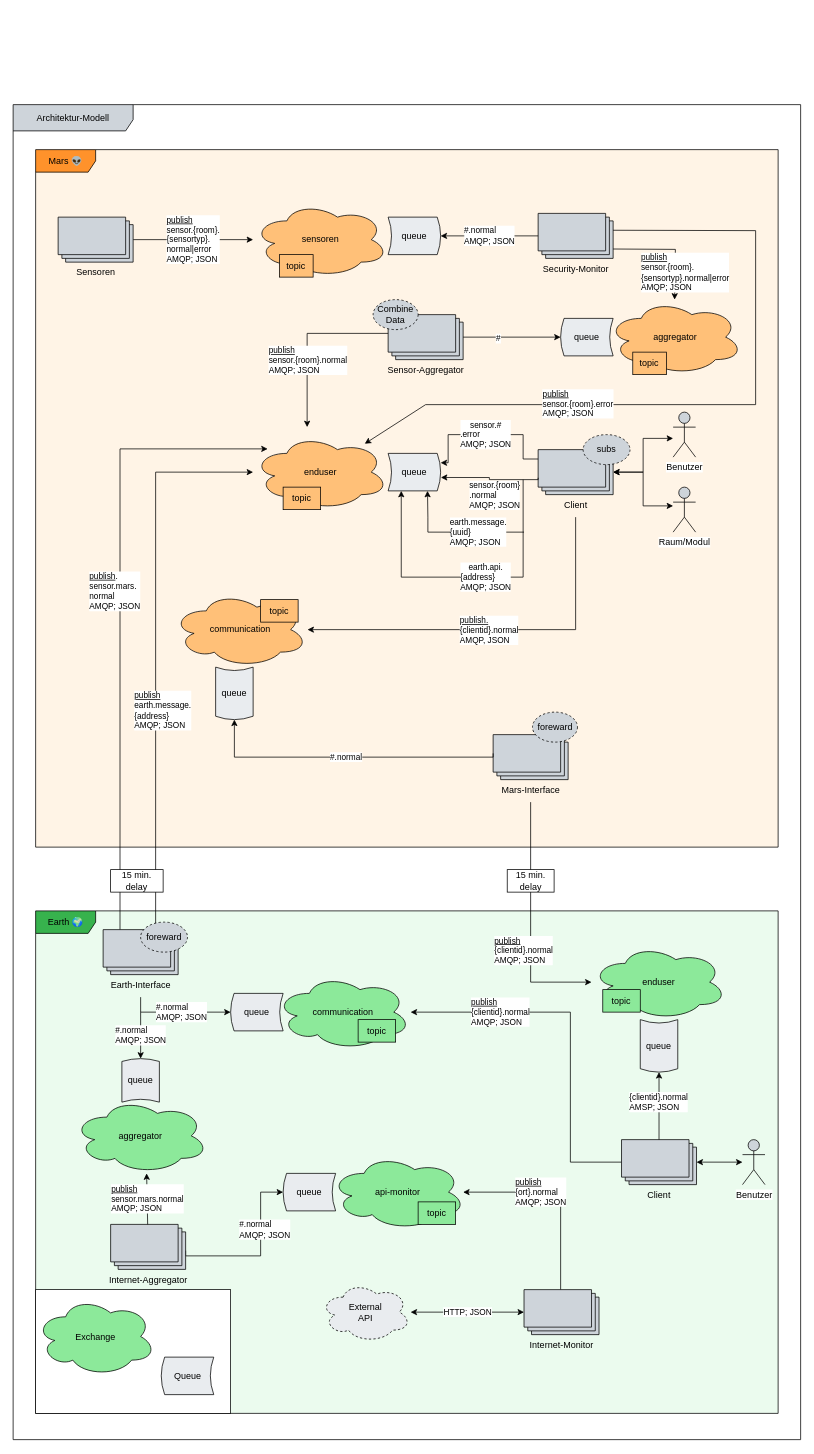
Above: docs/Architektur-Modell.drawio in leo-3108/mi-fddw-mars-colonisation-gedrath-pelzer (draw.io), before the change. Source tidied: cells renumbered, new cells numbered last; positions are measured from the earlier drawing's top-left corner, leaving out a move shared by most shapes. Both pictures are drawn from the tidied source at 75%, with x=0, y=0 at pixel (13, 104).
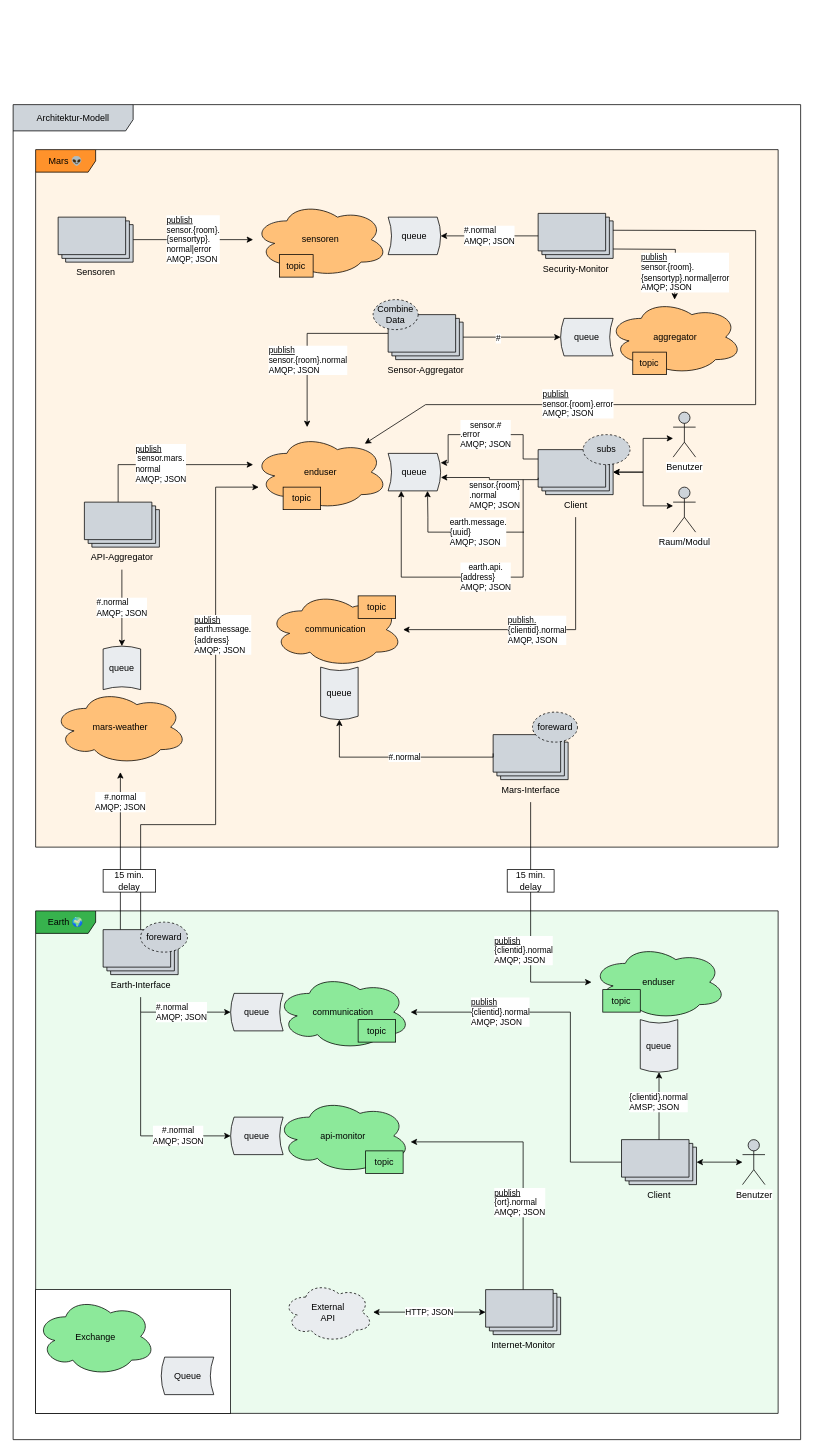
After the change.

Unchanged cells that the change refers to:
```xml
<mxCell id="18" value="enduser" style="ellipse;shape=cloud;whiteSpace=wrap;html=1;fontFamily=IBM Plex Sans;FType=g;fillColor=#FFC078;" parent="1" vertex="1">
  <mxGeometry x="320" y="440" width="180" height="100" as="geometry" />
</mxCell>
<mxCell id="32" value="&lt;font face=&quot;IBM Plex Mono&quot;&gt;Earth-Interface&lt;br&gt;&lt;/font&gt;" style="verticalLabelPosition=bottom;verticalAlign=top;html=1;shape=mxgraph.basic.layered_rect;dx=10;outlineConnect=0;fillColor=#ced4da;" parent="1" vertex="1">
  <mxGeometry x="120" y="1100" width="100" height="60" as="geometry" />
</mxCell>
<mxCell id="42" value="&lt;font face=&quot;IBM Plex Mono&quot;&gt;Mars-Interface&lt;br&gt;&lt;/font&gt;" style="verticalLabelPosition=bottom;verticalAlign=top;html=1;shape=mxgraph.basic.layered_rect;dx=10;outlineConnect=0;fillColor=#ced4da;" parent="1" vertex="1">
  <mxGeometry x="640" y="840" width="100" height="60" as="geometry" />
</mxCell>
```

What changed in the source:
```diff
@@
     <mxCell id="29" value="&lt;u style=&quot;font-family: &amp;#34;ibm plex mono&amp;#34;&quot;&gt;publish&lt;/u&gt;&lt;br style=&quot;font-family: &amp;#34;ibm plex mono&amp;#34;&quot;&gt;&lt;span style=&quot;font-family: &amp;#34;ibm plex mono&amp;#34;&quot;&gt;earth.message.&lt;/span&gt;&lt;br style=&quot;font-family: &amp;#34;ibm plex mono&amp;#34;&quot;&gt;&lt;span style=&quot;font-family: &amp;#34;ibm plex mono&amp;#34;&quot;&gt;{address}&lt;br&gt;AMQP; JSON&lt;br&gt;&lt;/span&gt;" style="edgeStyle=orthogonalEdgeStyle;rounded=0;jettySize=auto;html=1;align=left;" parent="1" edge="1" source="32" target="18">
-      <mxGeometry x="-0.21" y="30" relative="1" as="geometry">
+      <mxGeometry x="0.32" y="30" relative="1" as="geometry">
         <Array as="points">
-          <mxPoint x="190" y="490" />
+          <mxPoint x="170" y="960" />
+          <mxPoint x="270" y="960" />
+          <mxPoint x="270" y="510" />
         </Array>
       </mxGeometry>
     </mxCell>
-    <mxCell id="30" style="edgeStyle=orthogonalEdgeStyle;rounded=0;jettySize=auto;html=1;exitX=0;exitY=0;exitDx=22.5;exitDy=0;exitPerimeter=0;" parent="1" edge="1" source="32" target="18">
-      <mxGeometry relative="1" as="geometry">
+    <mxCell id="30" value="&lt;span style=&quot;caret-color: rgb(0, 0, 0); color: rgb(0, 0, 0); font-size: 11px; font-style: normal; font-variant-caps: normal; font-weight: normal; letter-spacing: normal; text-indent: 0px; text-transform: none; word-spacing: 0px; -webkit-text-stroke-width: 0px; background-color: rgb(255, 255, 255); text-decoration: none; font-family: &amp;quot;ibm plex mono&amp;quot;; text-align: left; float: none; display: inline;&quot;&gt;#.normal&lt;/span&gt;&lt;br style=&quot;caret-color: rgb(0, 0, 0); color: rgb(0, 0, 0); font-size: 11px; font-style: normal; font-variant-caps: normal; font-weight: normal; letter-spacing: normal; text-indent: 0px; text-transform: none; word-spacing: 0px; -webkit-text-stroke-width: 0px; background-color: rgb(255, 255, 255); text-decoration: none; font-family: &amp;quot;ibm plex mono&amp;quot;; text-align: left;&quot;&gt;&lt;span style=&quot;caret-color: rgb(0, 0, 0); color: rgb(0, 0, 0); font-size: 11px; font-style: normal; font-variant-caps: normal; font-weight: normal; letter-spacing: normal; text-indent: 0px; text-transform: none; word-spacing: 0px; -webkit-text-stroke-width: 0px; background-color: rgb(255, 255, 255); text-decoration: none; font-family: &amp;quot;ibm plex mono&amp;quot;; text-align: left; float: none; display: inline;&quot;&gt;AMQP; JSON&lt;/span&gt;" style="edgeStyle=orthogonalEdgeStyle;rounded=0;jettySize=auto;html=1;exitX=0;exitY=0;exitDx=22.5;exitDy=0;exitPerimeter=0;" parent="1" edge="1" source="32">
+      <mxGeometry x="0.62" relative="1" as="geometry">
+        <mxPoint x="143" y="890" as="targetPoint" />
         <Array as="points">
-          <mxPoint x="143" y="459" />
+          <mxPoint x="143" y="890" />
+          <mxPoint x="143" y="890" />
         </Array>
       </mxGeometry>
     </mxCell>
-    <mxCell id="31" value="&lt;font face=&quot;IBM Plex Mono&quot;&gt;&lt;u&gt;publish&lt;/u&gt;.&lt;br&gt;sensor.mars.&lt;br&gt;normal&lt;br&gt;AMQP; JSON&lt;br&gt;&lt;/font&gt;" style="edgeLabel;html=1;align=left;verticalAlign=middle;" parent="30" vertex="1">
+    <mxCell id="31" value="&lt;font face=&quot;IBM Plex Mono&quot;&gt;&lt;br&gt;&lt;/font&gt;" style="edgeLabel;html=1;align=left;verticalAlign=middle;" parent="30" vertex="1">
       <mxGeometry x="0.08" y="1" relative="1" as="geometry">
-        <mxPoint x="-41.5" as="offset" />
+        <mxPoint x="-121.5" y="-556.7" as="offset" />
       </mxGeometry>
     </mxCell>
@@
     <mxCell id="34" value="api-monitor" style="ellipse;shape=cloud;whiteSpace=wrap;html=1;fontFamily=IBM Plex Sans;FType=g;fillColor=#8ce99a;" parent="1" vertex="1">
-      <mxGeometry x="423" y="1400" width="180" height="100" as="geometry" />
+      <mxGeometry x="350" y="1325" width="180" height="100" as="geometry" />
     </mxCell>
@@
-    <mxCell id="36" value="#.normal&lt;br&gt;AMQP; JSON" style="edgeStyle=orthogonalEdgeStyle;rounded=0;jettySize=auto;html=1;align=left;fontFamily=IBM Plex Mono;entryX=0;entryY=0.5;entryDx=0;entryDy=0;exitX=0;exitY=0;exitDx=100;exitDy=35;exitPerimeter=0;" parent="1" edge="1" source="79" target="75">
-      <mxGeometry x="0.28" y="30" relative="1" as="geometry">
-        <Array as="points">
-          <mxPoint x="330" y="1535" />
-          <mxPoint x="330" y="1450" />
-        </Array>
-      </mxGeometry>
-    </mxCell>
@@
     <mxCell id="39" value="&lt;font face=&quot;IBM Plex Mono&quot;&gt;15 min. delay&lt;/font&gt;" style="rounded=0;whiteSpace=wrap;html=1;fillColor=#ffffff;" parent="1" vertex="1">
-      <mxGeometry x="130" y="1020" width="70" height="30" as="geometry" />
+      <mxGeometry x="120" y="1020" width="70" height="30" as="geometry" />
     </mxCell>
     <mxCell id="40" value="communication" style="ellipse;shape=cloud;whiteSpace=wrap;html=1;fontFamily=IBM Plex Sans;FType=g;fillColor=#FFC078;" parent="1" vertex="1">
-      <mxGeometry x="212.5" y="650" width="180" height="100" as="geometry" />
+      <mxGeometry x="340" y="650" width="180" height="100" as="geometry" />
     </mxCell>
@@
     <mxCell id="43" value="#.normal" style="edgeStyle=orthogonalEdgeStyle;rounded=0;jettySize=auto;html=1;fontFamily=IBM Plex Mono;align=left;exitX=0;exitY=0;exitDx=0;exitDy=25;exitPerimeter=0;entryX=0;entryY=0.5;entryDx=0;entryDy=0;" parent="1" edge="1" source="42" target="44">
       <mxGeometry x="0.12" relative="1" as="geometry">
         <Array as="points">
           <mxPoint x="640" y="870" />
-          <mxPoint x="295" y="870" />
+          <mxPoint x="435" y="870" />
         </Array>
       </mxGeometry>
     </mxCell>
     <mxCell id="44" value="&lt;font face=&quot;IBM Plex Mono&quot;&gt;queue&lt;/font&gt;" style="shape=dataStorage;whiteSpace=wrap;html=1;fillColor=#E9ECEF;size=0.06470588235293984;direction=north;" parent="1" vertex="1">
-      <mxGeometry x="270" y="750" width="50" height="70" as="geometry" />
+      <mxGeometry x="410" y="750" width="50" height="70" as="geometry" />
     </mxCell>
@@
     <mxCell id="52" value="&lt;u&gt;publish&lt;/u&gt;&lt;br&gt;{ort}.normal&lt;br&gt;AMQP; JSON" style="edgeStyle=orthogonalEdgeStyle;rounded=0;jettySize=auto;html=1;startArrow=none;startFill=0;endArrow=classic;endFill=1;endSize=6;fontFamily=IBM Plex Mono;align=left;" parent="1" edge="1" source="53">
-      <mxGeometry x="0.48" relative="1" as="geometry">
-        <mxPoint x="600" y="1450" as="targetPoint" />
+      <mxGeometry x="-0.33" y="40" relative="1" as="geometry">
+        <mxPoint x="530" y="1383" as="targetPoint" />
         <Array as="points">
-          <mxPoint x="730" y="1450" />
+          <mxPoint x="680" y="1383" />
         </Array>
       </mxGeometry>
     </mxCell>
     <mxCell id="53" value="&lt;font face=&quot;IBM Plex Mono&quot;&gt;Internet-Monitor&lt;/font&gt;" style="verticalLabelPosition=bottom;verticalAlign=top;html=1;shape=mxgraph.basic.layered_rect;dx=10;outlineConnect=0;fillColor=#ced4da;" parent="1" vertex="1">
-      <mxGeometry x="681.2" y="1580" width="100" height="60" as="geometry" />
+      <mxGeometry x="630" y="1580" width="100" height="60" as="geometry" />
     </mxCell>
     <mxCell id="54" value="External&lt;br&gt;API" style="ellipse;shape=cloud;whiteSpace=wrap;html=1;fontFamily=IBM Plex Sans;FType=g;dashed=1;gradientColor=none;fillColor=#e9ecef;" parent="1" vertex="1">
-      <mxGeometry x="410" y="1570" width="120" height="80" as="geometry" />
+      <mxGeometry x="360" y="1570" width="120" height="80" as="geometry" />
     </mxCell>
@@
     <mxCell id="70" value="&lt;font face=&quot;IBM Plex Mono&quot;&gt;topic&lt;/font&gt;" style="rounded=0;whiteSpace=wrap;html=1;fillColor=#FFC078;align=center;" parent="1" vertex="1">
-      <mxGeometry x="330" y="660" width="50" height="30" as="geometry" />
+      <mxGeometry x="460" y="655" width="50" height="30" as="geometry" />
     </mxCell>
     <mxCell id="71" value="&lt;span style=&quot;font-family: &amp;#34;ibm plex mono&amp;#34;&quot;&gt;topic&lt;/span&gt;" style="rounded=0;whiteSpace=wrap;html=1;fillColor=#8CE99A;align=center;" parent="1" vertex="1">
-      <mxGeometry x="540" y="1463" width="50" height="30" as="geometry" />
+      <mxGeometry x="470" y="1395" width="50" height="30" as="geometry" />
     </mxCell>
@@
     <mxCell id="75" value="&lt;font face=&quot;IBM Plex Mono&quot;&gt;queue&lt;/font&gt;" style="shape=dataStorage;whiteSpace=wrap;html=1;fillColor=#E9ECEF;size=0.06470588235293984;direction=east;" parent="1" vertex="1">
-      <mxGeometry x="360" y="1425" width="70" height="50" as="geometry" />
+      <mxGeometry x="290" y="1350" width="70" height="50" as="geometry" />
     </mxCell>
@@
-    <mxCell id="79" value="&lt;font face=&quot;IBM Plex Mono&quot;&gt;Internet-Aggregator&lt;/font&gt;" style="verticalLabelPosition=bottom;verticalAlign=top;html=1;shape=mxgraph.basic.layered_rect;dx=10;outlineConnect=0;fillColor=#ced4da;" parent="1" vertex="1">
-      <mxGeometry x="130" y="1493" width="100" height="60" as="geometry" />
-    </mxCell>
-    <mxCell id="80" value="aggregator" style="ellipse;shape=cloud;whiteSpace=wrap;html=1;fontFamily=IBM Plex Sans;FType=g;fillColor=#8CE99A;" parent="1" vertex="1">
-      <mxGeometry x="80" y="1325" width="180" height="100" as="geometry" />
-    </mxCell>
-    <mxCell id="81" value="&lt;div style=&quot;text-align: left&quot;&gt;&lt;span style=&quot;font-family: &amp;#34;ibm plex mono&amp;#34;&quot;&gt;&lt;u&gt;publish&lt;/u&gt;&lt;/span&gt;&lt;/div&gt;&lt;span style=&quot;color: rgb(0 , 0 , 0) ; font-family: &amp;#34;ibm plex mono&amp;#34; ; font-size: 11px ; font-style: normal ; font-weight: normal ; letter-spacing: normal ; text-indent: 0px ; text-transform: none ; word-spacing: 0px ; background-color: rgb(255 , 255 , 255) ; text-decoration: none ; float: none ; display: inline&quot;&gt;sensor.mars&lt;span style=&quot;text-align: left&quot;&gt;.normal&lt;/span&gt;&lt;br&gt;&lt;div style=&quot;text-align: left&quot;&gt;AMQP; JSON&lt;/div&gt;&lt;/span&gt;" style="endArrow=classic;html=1;spacing=2;" parent="1" edge="1" source="79">
-      <mxGeometry relative="1" as="geometry">
-        <mxPoint x="178" y="1425" as="targetPoint" />
-      </mxGeometry>
-    </mxCell>
+    <mxCell id="83" value="&lt;span style=&quot;caret-color: rgb(0, 0, 0); color: rgb(0, 0, 0); font-family: &amp;quot;IBM Plex Mono&amp;quot;; font-size: 11px; font-style: normal; font-variant-caps: normal; font-weight: normal; letter-spacing: normal; text-align: left; text-indent: 0px; text-transform: none; word-spacing: 0px; -webkit-text-stroke-width: 0px; background-color: rgb(255, 255, 255); text-decoration: none; float: none; display: inline !important;&quot;&gt;#.normal&lt;/span&gt;&lt;br style=&quot;caret-color: rgb(0, 0, 0); color: rgb(0, 0, 0); font-family: &amp;quot;IBM Plex Mono&amp;quot;; font-size: 11px; font-style: normal; font-variant-caps: normal; font-weight: normal; letter-spacing: normal; text-align: left; text-indent: 0px; text-transform: none; word-spacing: 0px; -webkit-text-stroke-width: 0px; background-color: rgb(255, 255, 255); text-decoration: none;&quot;&gt;&lt;span style=&quot;caret-color: rgb(0, 0, 0); color: rgb(0, 0, 0); font-family: &amp;quot;IBM Plex Mono&amp;quot;; font-size: 11px; font-style: normal; font-variant-caps: normal; font-weight: normal; letter-spacing: normal; text-align: left; text-indent: 0px; text-transform: none; word-spacing: 0px; -webkit-text-stroke-width: 0px; background-color: rgb(255, 255, 255); text-decoration: none; float: none; display: inline !important;&quot;&gt;AMQP; JSON&lt;/span&gt;" style="endArrow=classic;html=1;entryX=0;entryY=0.5;entryDx=0;entryDy=0;rounded=0;" parent="1" edge="1" target="75">
+      <mxGeometry x="0.16" y="50" relative="1" as="geometry">
+        <mxPoint x="170" y="1210" as="sourcePoint" />
+        <Array as="points">
+          <mxPoint x="170" y="1375" />
+        </Array>
+        <mxPoint x="50" y="50" as="offset" />
+      </mxGeometry>
+    </mxCell>
+    <mxCell id="84" value="&lt;font face=&quot;IBM Plex Mono&quot;&gt;API-Aggregator&lt;/font&gt;" style="verticalLabelPosition=bottom;verticalAlign=top;html=1;shape=mxgraph.basic.layered_rect;dx=10;outlineConnect=0;fillColor=#ced4da;" parent="1" vertex="1">
+      <mxGeometry x="95" y="530" width="100" height="60" as="geometry" />
+    </mxCell>
+    <mxCell id="85" value="mars-weather" style="ellipse;shape=cloud;whiteSpace=wrap;html=1;fontFamily=IBM Plex Sans;FType=g;fillColor=#FFC078;strokeColor=#000000;" parent="1" vertex="1">
+      <mxGeometry x="52.5" y="780" width="180" height="100" as="geometry" />
+    </mxCell>
     <mxCell id="82" value="&lt;font face=&quot;IBM Plex Mono&quot;&gt;queue&lt;/font&gt;" style="shape=dataStorage;whiteSpace=wrap;html=1;fillColor=#E9ECEF;size=0.06470588235293984;direction=south;" parent="1" vertex="1">
-      <mxGeometry x="145" y="1272" width="50" height="58" as="geometry" />
+      <mxGeometry x="120" y="722" width="50" height="58" as="geometry" />
     </mxCell>
-    <mxCell id="83" value="&lt;div style=&quot;text-align: left&quot;&gt;&lt;/div&gt;&lt;span style=&quot;color: rgb(0 , 0 , 0) ; font-family: &amp;#34;ibm plex mono&amp;#34; ; font-size: 11px ; font-style: normal ; font-weight: normal ; letter-spacing: normal ; text-indent: 0px ; text-transform: none ; word-spacing: 0px ; background-color: rgb(255 , 255 , 255) ; text-decoration: none ; float: none ; display: inline&quot;&gt;&lt;div style=&quot;text-align: left&quot;&gt;#.normal&lt;/div&gt;&lt;/span&gt;&lt;span style=&quot;color: rgb(0 , 0 , 0) ; font-family: &amp;#34;ibm plex mono&amp;#34; ; font-size: 11px ; font-style: normal ; font-weight: normal ; letter-spacing: normal ; text-align: left ; text-indent: 0px ; text-transform: none ; word-spacing: 0px ; background-color: rgb(255 , 255 , 255) ; text-decoration: none ; float: none ; display: inline&quot;&gt;AMQP; JSON&lt;/span&gt;" style="endArrow=classic;html=1;entryX=0;entryY=0.5;entryDx=0;entryDy=0;" parent="1" edge="1" target="82">
-      <mxGeometry relative="1" as="geometry">
-        <mxPoint x="170" y="1210" as="sourcePoint" />
-      </mxGeometry>
-    </mxCell>
+    <mxCell id="36" value="&lt;div style=&quot;text-align: left&quot;&gt;&lt;/div&gt;&lt;span style=&quot;color: rgb(0 , 0 , 0) ; font-family: &amp;#34;ibm plex mono&amp;#34; ; font-size: 11px ; font-style: normal ; font-weight: normal ; letter-spacing: normal ; text-indent: 0px ; text-transform: none ; word-spacing: 0px ; background-color: rgb(255 , 255 , 255) ; text-decoration: none ; float: none ; display: inline&quot;&gt;&lt;div style=&quot;text-align: left&quot;&gt;#.normal&lt;/div&gt;&lt;/span&gt;&lt;span style=&quot;color: rgb(0 , 0 , 0) ; font-family: &amp;#34;ibm plex mono&amp;#34; ; font-size: 11px ; font-style: normal ; font-weight: normal ; letter-spacing: normal ; text-align: left ; text-indent: 0px ; text-transform: none ; word-spacing: 0px ; background-color: rgb(255 , 255 , 255) ; text-decoration: none ; float: none ; display: inline&quot;&gt;AMQP; JSON&lt;/span&gt;" style="endArrow=classic;html=1;entryX=0;entryY=0.5;entryDx=0;entryDy=0;" parent="1" edge="1" target="82">
+      <mxGeometry relative="1" as="geometry">
+        <mxPoint x="145" y="620" as="sourcePoint" />
+      </mxGeometry>
+    </mxCell>
+    <mxCell id="86" style="endArrow=classic;html=1;exitX=0;exitY=0;exitDx=45;exitDy=0;exitPerimeter=0;rounded=0;" parent="1" edge="1" source="84">
+      <mxGeometry relative="1" as="geometry">
+        <mxPoint x="320" y="480" as="targetPoint" />
+        <Array as="points">
+          <mxPoint x="140" y="480" />
+        </Array>
+      </mxGeometry>
+    </mxCell>
+    <mxCell id="87" value="&lt;div style=&quot;text-align: left&quot;&gt;&lt;u style=&quot;font-family: &amp;#34;ibm plex mono&amp;#34;&quot;&gt;publish&lt;/u&gt;&lt;/div&gt;&lt;span style=&quot;font-family: &amp;#34;ibm plex mono&amp;#34; ; text-align: left&quot;&gt;sensor.mars.&lt;/span&gt;&lt;br style=&quot;font-family: &amp;#34;ibm plex mono&amp;#34; ; text-align: left&quot;&gt;&lt;div style=&quot;text-align: left&quot;&gt;&lt;span style=&quot;font-family: &amp;#34;ibm plex mono&amp;#34;&quot;&gt;normal&lt;/span&gt;&lt;/div&gt;&lt;div style=&quot;text-align: left&quot;&gt;&lt;span style=&quot;font-family: &amp;#34;ibm plex mono&amp;#34;&quot;&gt;AMQP; JSON&lt;/span&gt;&lt;/div&gt;" style="edgeLabel;html=1;align=center;verticalAlign=middle;" parent="86" vertex="1">
+      <mxGeometry x="-0.08" y="2" relative="1" as="geometry" />
+    </mxCell>
+    <mxCell id="88" value="&lt;font face=&quot;IBM Plex Mono&quot;&gt;&lt;br&gt;&lt;/font&gt;" style="edgeLabel;html=1;align=left;verticalAlign=middle;" parent="1" vertex="1">
+      <mxGeometry x="150" y="440" as="geometry">
+        <mxPoint x="-1.5" y="-556.7" as="offset" />
+      </mxGeometry>
+    </mxCell>
```
